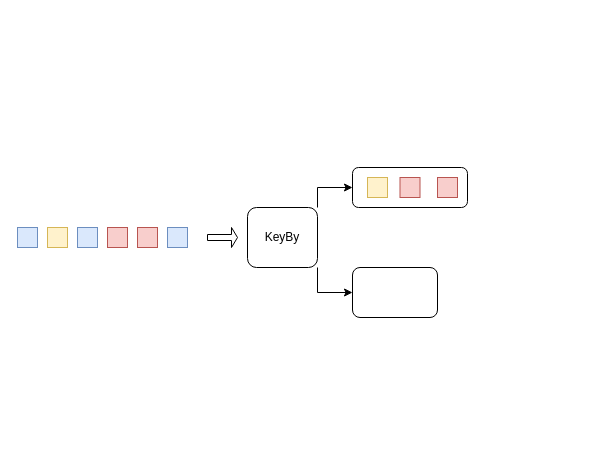
Earlier version of the draw.io diagram Untitled Diagram.drawio (ponyFan/Basenote). Source tidied: cells renumbered, new cells numbered last; positions are measured from the earlier drawing's top-left corner, leaving out a move shared by most shapes. Both pictures are drawn from the tidied source at 100%, with x=0, y=0 at pixel (17, 167).
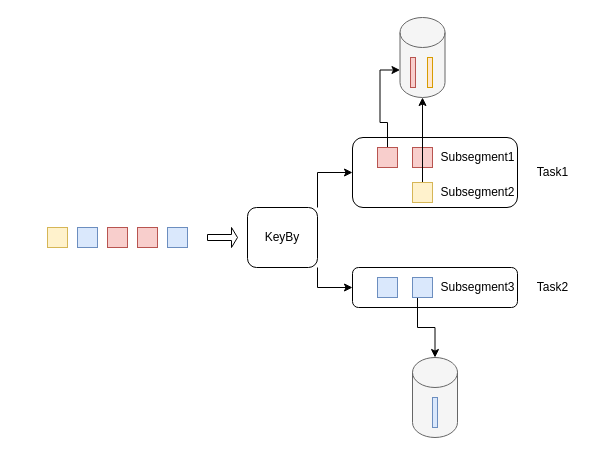
After the change.

Diff of the diagram source:
```diff
@@
-    <mxCell id="4" style="rounded=0;whiteSpace=wrap;html=1;fillColor=#dae8fc;strokeColor=#6c8ebf;" parent="1" vertex="1">
-      <mxGeometry y="60" width="20" height="20" as="geometry" />
-    </mxCell>
@@
     <mxCell id="12" style="rounded=1;whiteSpace=wrap;html=1;" parent="1" vertex="1">
-      <mxGeometry x="335" width="115" height="40" as="geometry" />
+      <mxGeometry x="335" y="-30" width="165" height="70" as="geometry" />
     </mxCell>
     <mxCell id="13" style="rounded=1;whiteSpace=wrap;html=1;" parent="1" vertex="1">
-      <mxGeometry x="335" y="100" width="85" height="50" as="geometry" />
+      <mxGeometry x="335" y="100" width="165" height="40" as="geometry" />
     </mxCell>
+    <mxCell id="17" style="edgeStyle=orthogonalEdgeStyle;rounded=0;jettySize=auto;html=1;exitX=0.5;exitY=0;exitDx=0;exitDy=0;entryX=0;entryY=0;entryDx=0;entryDy=52.5;entryPerimeter=0;" parent="1" edge="1" source="14" target="29">
+      <mxGeometry relative="1" as="geometry" />
+    </mxCell>
     <mxCell id="14" style="rounded=0;whiteSpace=wrap;html=1;fillColor=#f8cecc;strokeColor=#b85450;" parent="1" vertex="1">
-      <mxGeometry x="382.5" y="10" width="20" height="20" as="geometry" />
+      <mxGeometry x="360" y="-20" width="20" height="20" as="geometry" />
     </mxCell>
     <mxCell id="15" style="rounded=0;whiteSpace=wrap;html=1;fillColor=#f8cecc;strokeColor=#b85450;" parent="1" vertex="1">
-      <mxGeometry x="420" y="10" width="20" height="20" as="geometry" />
+      <mxGeometry x="395" y="-20" width="20" height="20" as="geometry" />
     </mxCell>
+    <mxCell id="18" style="edgeStyle=orthogonalEdgeStyle;rounded=0;jettySize=auto;html=1;exitX=0.5;exitY=0;exitDx=0;exitDy=0;entryX=0.5;entryY=1;entryDx=0;entryDy=0;entryPerimeter=0;" parent="1" edge="1" source="16" target="29">
+      <mxGeometry relative="1" as="geometry" />
+    </mxCell>
     <mxCell id="16" style="rounded=0;whiteSpace=wrap;html=1;fillColor=#fff2cc;strokeColor=#d6b656;" parent="1" vertex="1">
-      <mxGeometry x="350" y="10" width="20" height="20" as="geometry" />
+      <mxGeometry x="395" y="15" width="20" height="20" as="geometry" />
     </mxCell>
+    <mxCell id="19" style="rounded=0;whiteSpace=wrap;html=1;fillColor=#dae8fc;strokeColor=#6c8ebf;" parent="1" vertex="1">
+      <mxGeometry x="360" y="110" width="20" height="20" as="geometry" />
+    </mxCell>
+    <mxCell id="20" style="edgeStyle=orthogonalEdgeStyle;rounded=0;jettySize=auto;html=1;exitX=0.25;exitY=1;exitDx=0;exitDy=0;entryX=0.5;entryY=0;entryDx=0;entryDy=0;entryPerimeter=0;" parent="1" edge="1" source="21" target="27">
+      <mxGeometry relative="1" as="geometry" />
+    </mxCell>
+    <mxCell id="21" style="rounded=0;whiteSpace=wrap;html=1;fillColor=#dae8fc;strokeColor=#6c8ebf;" parent="1" vertex="1">
+      <mxGeometry x="395" y="110" width="20" height="20" as="geometry" />
+    </mxCell>
+    <mxCell id="22" value="Task1" style="text;html=1;align=center;verticalAlign=middle;strokeColor=none;fillColor=none;" parent="1" vertex="1">
+      <mxGeometry x="510" y="-10" width="50" height="30" as="geometry" />
+    </mxCell>
+    <mxCell id="23" value="Task2" style="text;html=1;align=center;verticalAlign=middle;strokeColor=none;fillColor=none;" parent="1" vertex="1">
+      <mxGeometry x="510" y="105" width="50" height="30" as="geometry" />
+    </mxCell>
+    <mxCell id="24" value="Subsegment1" style="text;html=1;align=center;verticalAlign=middle;strokeColor=none;fillColor=none;" parent="1" vertex="1">
+      <mxGeometry x="410" y="-25" width="100" height="30" as="geometry" />
+    </mxCell>
+    <mxCell id="25" value="Subsegment2" style="text;html=1;align=center;verticalAlign=middle;strokeColor=none;fillColor=none;" parent="1" vertex="1">
+      <mxGeometry x="410" y="10" width="100" height="30" as="geometry" />
+    </mxCell>
+    <mxCell id="26" value="Subsegment3" style="text;html=1;align=center;verticalAlign=middle;strokeColor=none;fillColor=none;" parent="1" vertex="1">
+      <mxGeometry x="410" y="105" width="100" height="30" as="geometry" />
+    </mxCell>
+    <mxCell id="27" style="shape=cylinder3;whiteSpace=wrap;html=1;boundedLbl=1;backgroundOutline=1;size=15;fillColor=#f5f5f5;strokeColor=#666666;fontColor=#333333;" parent="1" vertex="1">
+      <mxGeometry x="395" y="190" width="45" height="80" as="geometry" />
+    </mxCell>
+    <mxCell id="28" style="rounded=0;whiteSpace=wrap;html=1;fillColor=#dae8fc;strokeColor=#6c8ebf;" parent="1" vertex="1">
+      <mxGeometry x="415" y="230" width="5" height="30" as="geometry" />
+    </mxCell>
+    <mxCell id="29" style="shape=cylinder3;whiteSpace=wrap;html=1;boundedLbl=1;backgroundOutline=1;size=15;fillColor=#f5f5f5;strokeColor=#666666;fontColor=#333333;" parent="1" vertex="1">
+      <mxGeometry x="382.5" y="-150" width="45" height="80" as="geometry" />
+    </mxCell>
+    <mxCell id="30" style="rounded=0;whiteSpace=wrap;html=1;fillColor=#f8cecc;strokeColor=#b85450;" parent="1" vertex="1">
+      <mxGeometry x="393" y="-110" width="5" height="30" as="geometry" />
+    </mxCell>
+    <mxCell id="31" style="rounded=0;whiteSpace=wrap;html=1;fillColor=#ffe6cc;strokeColor=#d79b00;" parent="1" vertex="1">
+      <mxGeometry x="410" y="-110" width="5" height="30" as="geometry" />
+    </mxCell>
```
